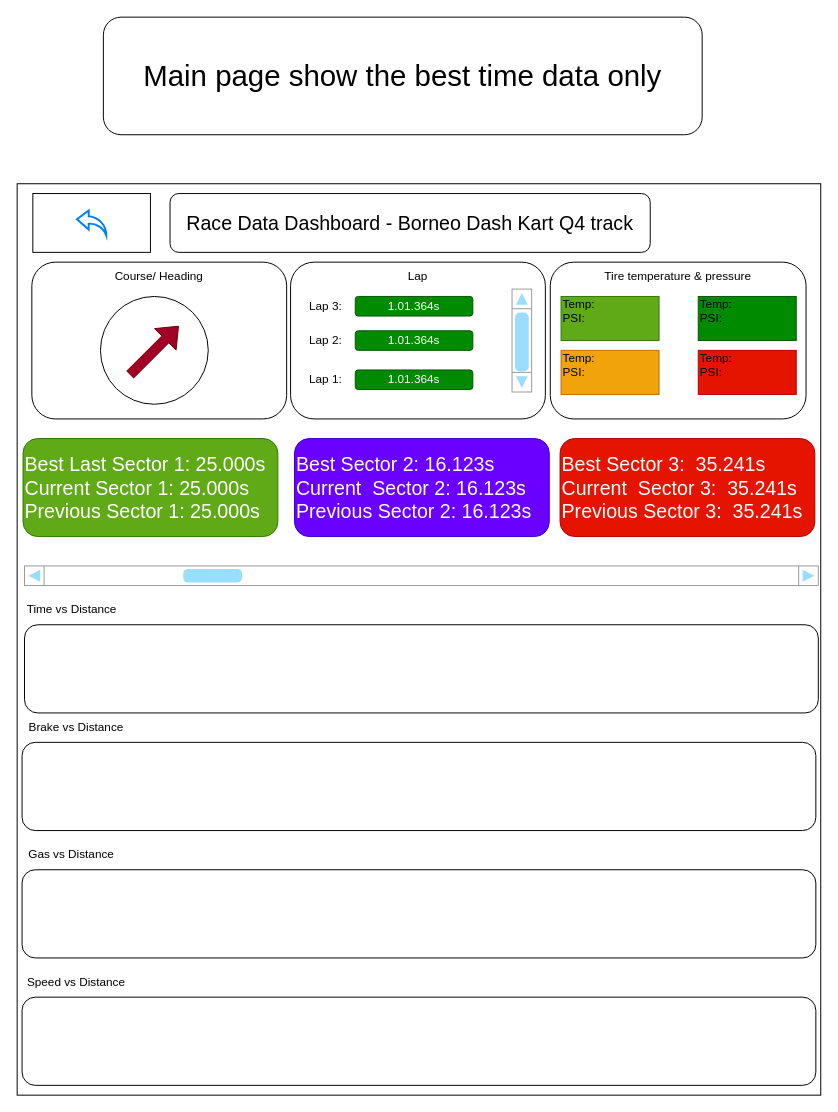
This is page "data analysis main page" (3 of 5) of pictures/WEB View dashboard.drawio from Yobeh-blek/FullSend_Logger, a draw.io file, before an edit. Source tidied: cells renumbered, new cells numbered last; positions are measured from the earlier drawing's top-left corner, leaving out a move shared by most shapes. Both pictures are drawn from the tidied source at 98%, with x=0, y=0 at pixel (17, 17).
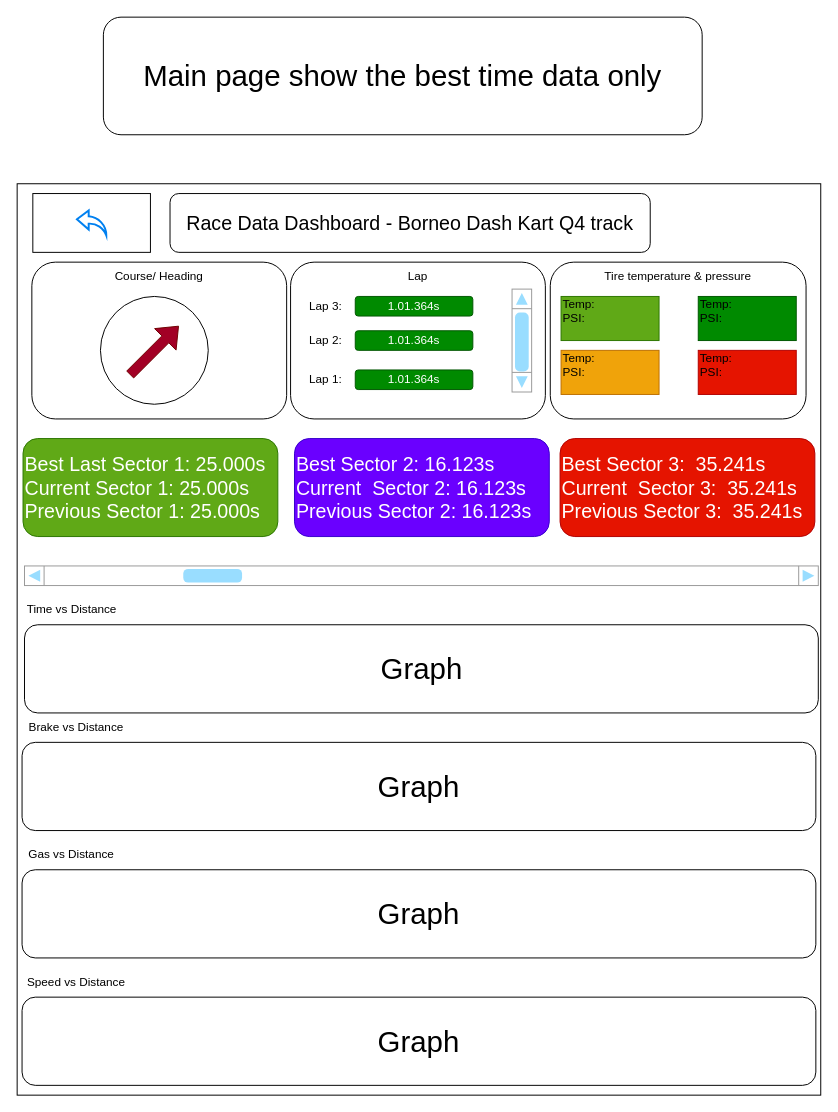
Above is the later version.

Diff of the diagram source:
```diff
@@
-    <mxCell id="4" style="rounded=1;whiteSpace=wrap;html=1;" parent="1" vertex="1">
+    <mxCell id="4" value="&lt;font style=&quot;font-size: 30px;&quot;&gt;Graph&lt;/font&gt;" style="rounded=1;whiteSpace=wrap;html=1;" parent="1" vertex="1">
       <mxGeometry x="7.5" y="620" width="810" height="90" as="geometry" />
     </mxCell>
-    <mxCell id="5" style="rounded=1;whiteSpace=wrap;html=1;" parent="1" vertex="1">
+    <mxCell id="5" value="&lt;font style=&quot;font-size: 30px;&quot;&gt;Graph&lt;/font&gt;" style="rounded=1;whiteSpace=wrap;html=1;" parent="1" vertex="1">
       <mxGeometry x="5" y="740" width="810" height="90" as="geometry" />
     </mxCell>
-    <mxCell id="6" style="rounded=1;whiteSpace=wrap;html=1;" parent="1" vertex="1">
+    <mxCell id="6" value="&lt;font style=&quot;font-size: 30px;&quot;&gt;Graph&lt;/font&gt;" style="rounded=1;whiteSpace=wrap;html=1;" parent="1" vertex="1">
       <mxGeometry x="5" y="870" width="810" height="90" as="geometry" />
     </mxCell>
@@
-    <mxCell id="34" style="rounded=1;whiteSpace=wrap;html=1;" parent="1" vertex="1">
+    <mxCell id="34" value="&lt;font style=&quot;font-size: 30px;&quot;&gt;Graph&lt;/font&gt;" style="rounded=1;whiteSpace=wrap;html=1;" parent="1" vertex="1">
       <mxGeometry x="5" y="1000" width="810" height="90" as="geometry" />
     </mxCell>
```
